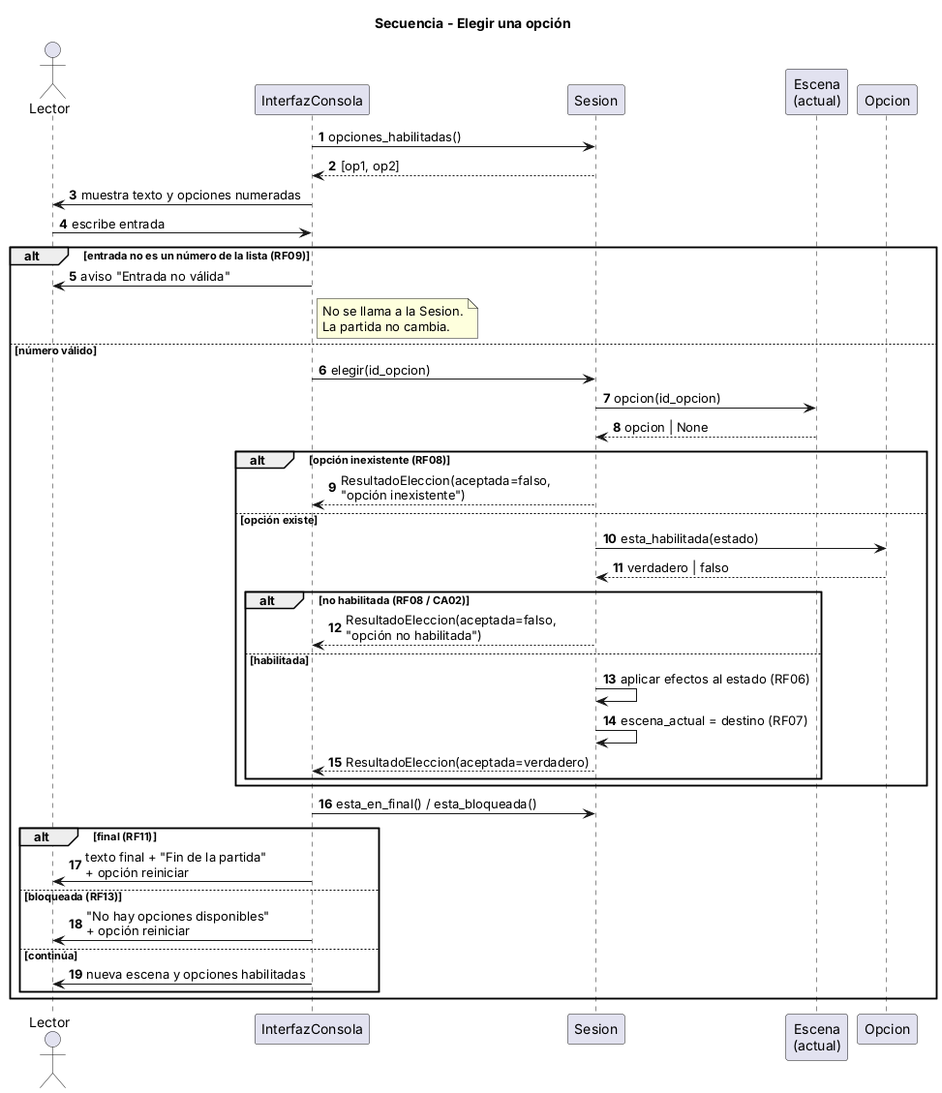
Above: docs/diagramas/04_secuencia_elegir.png in sebastian-caicedo/parcial_ultima_transmision (PlantUML), before the change.
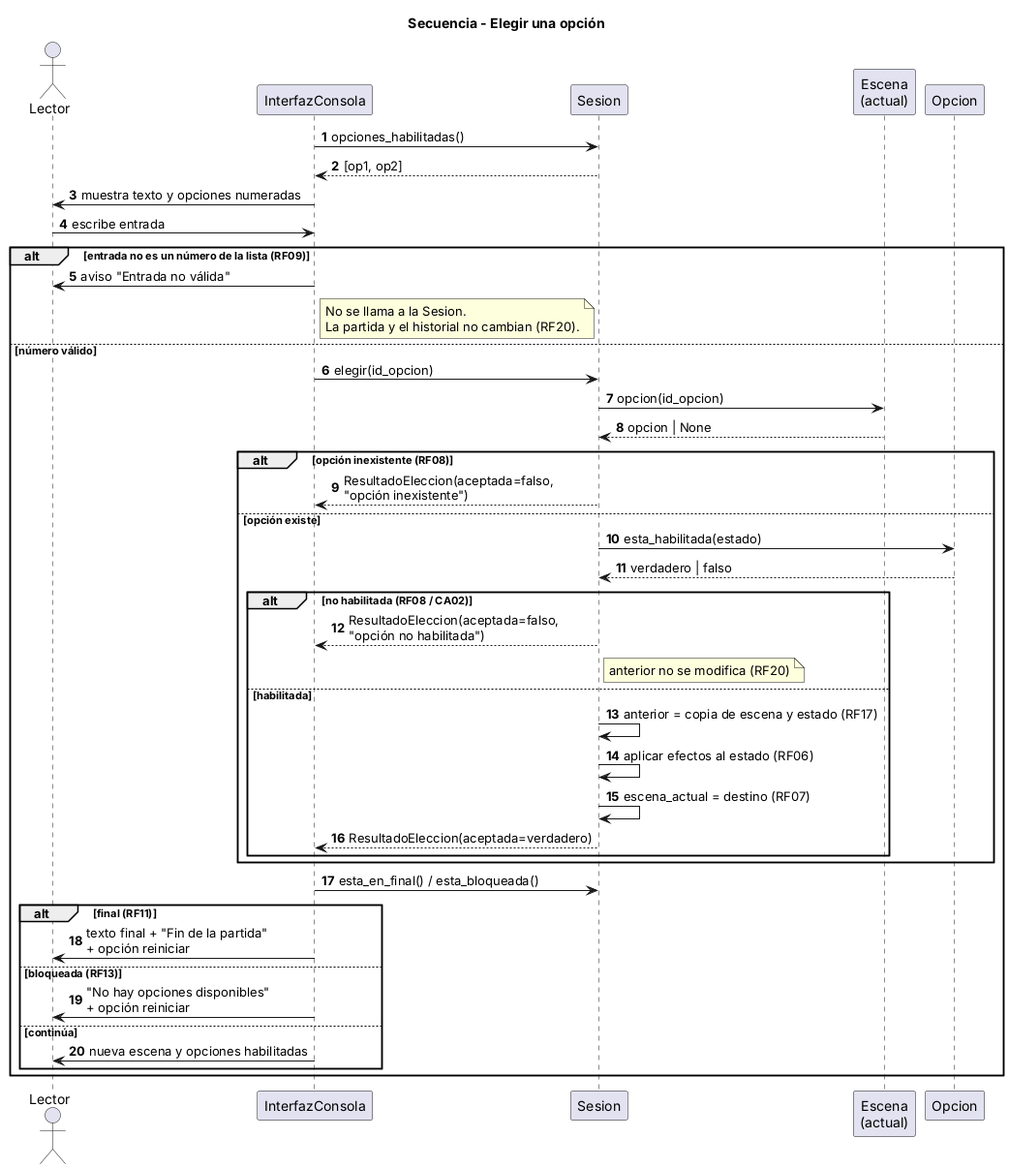
The same diagram one commit later.

The edit, as a diff of the source:
```diff
@@ -16,7 +16,7 @@
 Lector -> UI : escribe entrada
 alt entrada no es un número de la lista (RF09)
   UI -> Lector : aviso "Entrada no válida"
-  note right of UI : No se llama a la Sesion.\nLa partida no cambia.
+  note right of UI : No se llama a la Sesion.\nLa partida y el historial no cambian (RF20).
 else número válido
   UI -> S : elegir(id_opcion)
   S -> E : opcion(id_opcion)
@@ -28,7 +28,9 @@
     O --> S : verdadero | falso
     alt no habilitada (RF08 / CA02)
       S --> UI : ResultadoEleccion(aceptada=falso,\n"opción no habilitada")
+    note right of S : anterior no se modifica (RF20)
     else habilitada
+      S -> S : anterior = copia de escena y estado (RF17)
       S -> S : aplicar efectos al estado (RF06)
       S -> S : escena_actual = destino (RF07)
       S --> UI : ResultadoEleccion(aceptada=verdadero)
```
